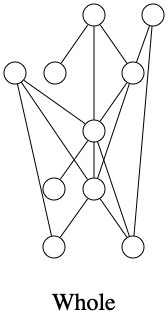
This is hw1-bundle/Whole.png from udothemath/cs224w_graph, a Graphviz export, as it was before one commit. Its source is kept beside it as hw1-bundle/Whole.dot. Source of this version:
```dot
/*****
Whole
*****/

graph G {
  graph [splines=false overlap=false]
  node  [shape=ellipse, width=0.3, height=0.3, label=""]
  0 ;
  1 ;
  2 ;
  3 ;
  4 ;
  5 ;
  6 ;
  7 ;
  8 ;
  9 ;
  0 -- 3;
  0 -- 4;
  0 -- 5;
  1 -- 5;
  1 -- 6;
  1 -- 9;
  2 -- 3;
  2 -- 7;
  3 -- 5;
  3 -- 6;
  5 -- 6;
  5 -- 7;
  5 -- 8;
  6 -- 7;
  6 -- 9;
  label = "\nWhole\n";  fontsize=24;
}
```
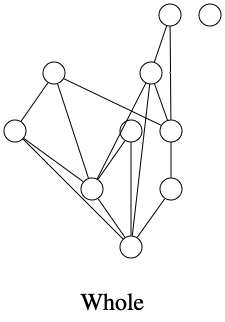
After the commit.

What changed in the source:
```diff
@@ -15,20 +15,21 @@
   7 ;
   8 ;
   9 ;
-  0 -- 3;
+  0 -- 2;
   0 -- 4;
-  0 -- 5;
-  1 -- 5;
-  1 -- 6;
-  1 -- 9;
-  2 -- 3;
+  0 -- 7;
+  1 -- 3;
+  1 -- 4;
   2 -- 7;
-  3 -- 5;
-  3 -- 6;
-  5 -- 6;
-  5 -- 7;
-  5 -- 8;
+  2 -- 9;
+  3 -- 4;
+  3 -- 7;
+  3 -- 9;
+  4 -- 8;
+5;
   6 -- 7;
   6 -- 9;
+  7 -- 9;
+  8 -- 9;
   label = "\nWhole\n";  fontsize=24;
 }
```
